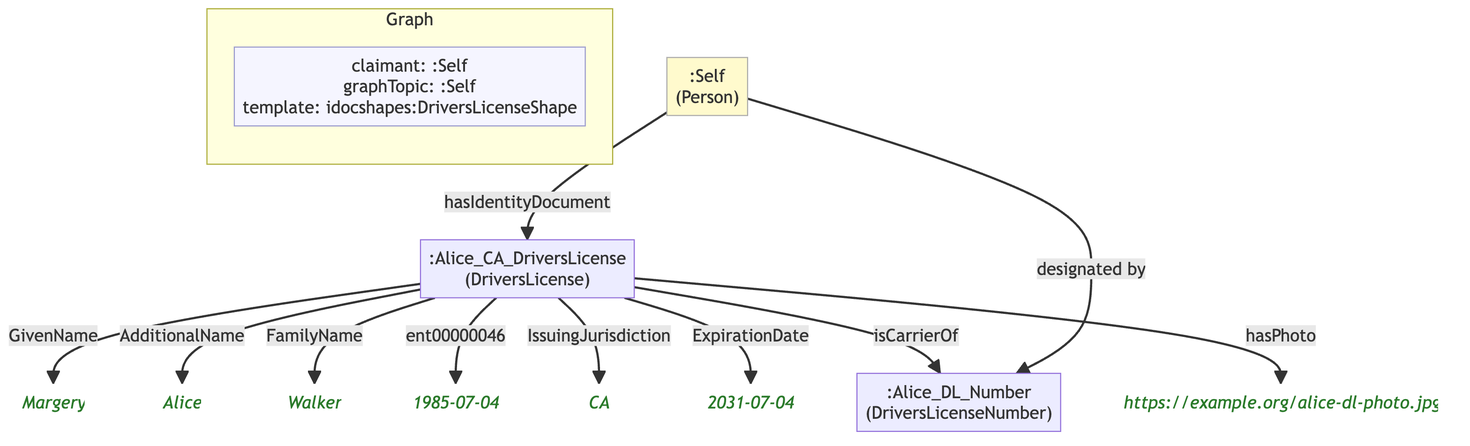
Above: example/graphs/images/graph-79.png in MeeFoundation/mia-ontologies (Mermaid), before the change. Its source is kept beside it as example/graphs/images/graph-79.mmd.
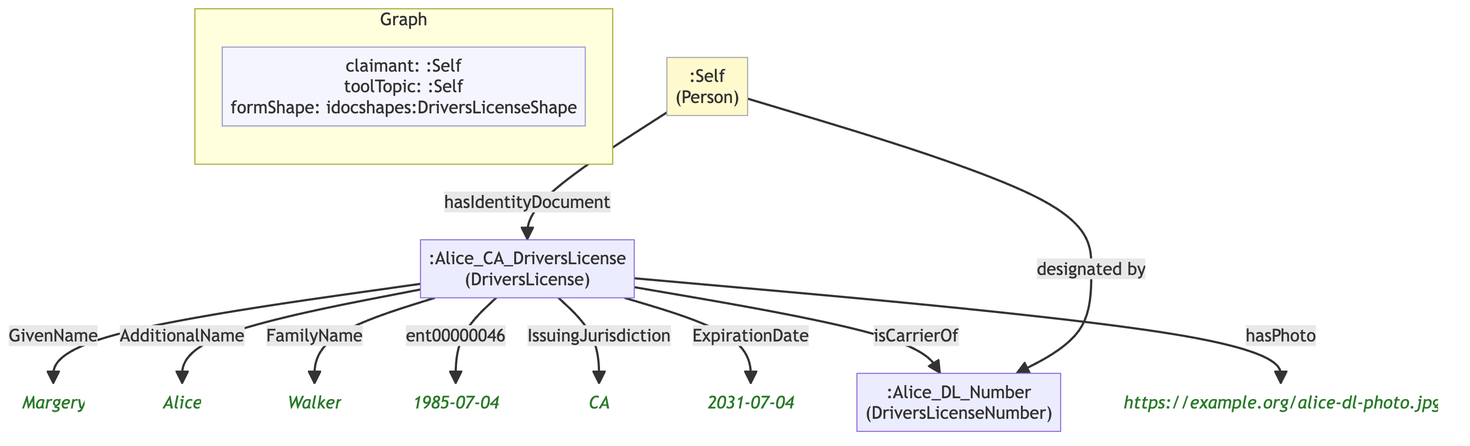
The same diagram one commit later.

What changed in the source:
```diff
@@ -7,27 +7,27 @@
 
     subgraph ctx["Graph"]
         direction LR
-        ctx_meta["claimant: :Self\ngraphTopic: :Self\ntemplate: idocshapes:DriversLicenseShape"]:::meta
+        ctx_meta["claimant: :Self\ntoolTopic: :Self\nformShape: idocshapes:DriversLicenseShape"]:::meta
     end
 
-    naafab809f865[":Alice_CA_DriversLicense\n(DriversLicense)"]
-    n447690bc2432("Margery"):::lit
-    n14d9a22e54ba("Alice"):::lit
-    n09f42dbc8fc0("Walker"):::lit
-    n4052c58bed30("1985-07-04"):::lit
-    n548c2552f79c("CA"):::lit
-    n3cf167fca869("2031-07-04"):::lit
-    nf5e99e32e234[":Alice_DL_Number\n(DriversLicenseNumber)"]
-    n2d7288ec7ae7("https://example.org/alice-dl-photo.jpg"):::lit
-    ne0c3ba92f1db[":Self\n(Person)"]:::person
+    ndd245ccbe354[":Alice_CA_DriversLicense\n(DriversLicense)"]
+    nc3dfb8c8a2cd("Margery"):::lit
+    ne781625c3b8f("Alice"):::lit
+    na7880e6893aa("Walker"):::lit
+    n87e481f94914("1985-07-04"):::lit
+    n0f9f4fb13b88("CA"):::lit
+    n7891a884ae40("2031-07-04"):::lit
+    ne31ed13ce6e2[":Alice_DL_Number\n(DriversLicenseNumber)"]
+    na3d0899650d5("https://example.org/alice-dl-photo.jpg"):::lit
+    n655e442e50be[":Self\n(Person)"]:::person
 
-    naafab809f865 -->|"GivenName"| n447690bc2432
-    naafab809f865 -->|"AdditionalName"| n14d9a22e54ba
-    naafab809f865 -->|"FamilyName"| n09f42dbc8fc0
-    naafab809f865 -->|"ent00000046"| n4052c58bed30
-    naafab809f865 -->|"IssuingJurisdiction"| n548c2552f79c
-    naafab809f865 -->|"ExpirationDate"| n3cf167fca869
-    naafab809f865 -->|"isCarrierOf"| nf5e99e32e234
-    naafab809f865 -->|"hasPhoto"| n2d7288ec7ae7
-    ne0c3ba92f1db -->|"hasIdentityDocument"| naafab809f865
-    ne0c3ba92f1db -->|"designated by"| nf5e99e32e234
+    ndd245ccbe354 -->|"GivenName"| nc3dfb8c8a2cd
+    ndd245ccbe354 -->|"AdditionalName"| ne781625c3b8f
+    ndd245ccbe354 -->|"FamilyName"| na7880e6893aa
+    ndd245ccbe354 -->|"ent00000046"| n87e481f94914
+    ndd245ccbe354 -->|"IssuingJurisdiction"| n0f9f4fb13b88
+    ndd245ccbe354 -->|"ExpirationDate"| n7891a884ae40
+    ndd245ccbe354 -->|"isCarrierOf"| ne31ed13ce6e2
+    ndd245ccbe354 -->|"hasPhoto"| na3d0899650d5
+    n655e442e50be -->|"hasIdentityDocument"| ndd245ccbe354
+    n655e442e50be -->|"designated by"| ne31ed13ce6e2
```
